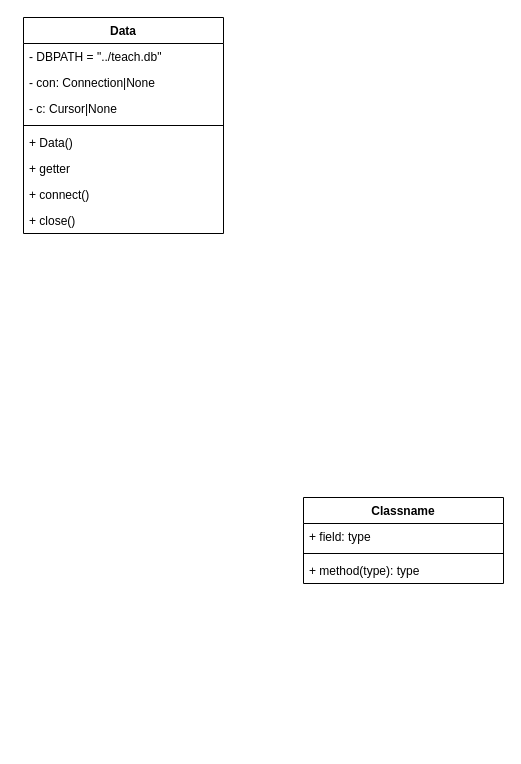
Above: drafts/database.drawio in elma1989/teach (draw.io), before the change. Source tidied: cells renumbered, new cells numbered last; positions are measured from the earlier drawing's top-left corner, leaving out a move shared by most shapes. Both pictures are drawn from the tidied source at 100%, with x=0, y=0 at pixel (23, 17).
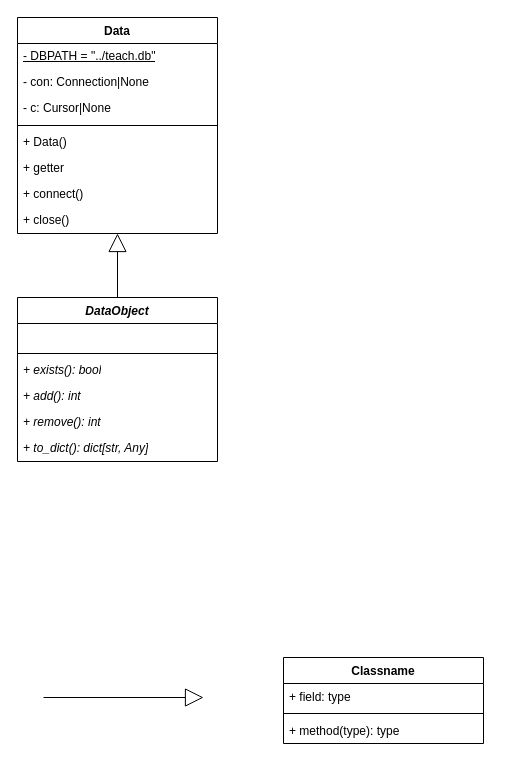
The same diagram, later.

What changed in the source:
```diff
@@
     <mxCell id="2" value="Classname" style="swimlane;fontStyle=1;align=center;verticalAlign=top;horizontal=1;startSize=26;whiteSpace=wrap;html=1;" parent="1" vertex="1">
-      <mxGeometry x="280" y="480" width="200" height="86" as="geometry" />
+      <mxGeometry x="260" y="640" width="200" height="86" as="geometry" />
     </mxCell>
@@
     <mxCell id="6" value="Data" style="swimlane;fontStyle=1;align=center;verticalAlign=top;horizontal=1;startSize=26;whiteSpace=wrap;html=1;" parent="1" vertex="1">
-      <mxGeometry width="200" height="216" as="geometry" />
+      <mxGeometry x="-6" width="200" height="216" as="geometry" />
     </mxCell>
-    <mxCell id="7" value="- DBPATH = &quot;../teach.db&quot;" style="text;strokeColor=none;fillColor=none;align=left;verticalAlign=top;spacingLeft=4;spacingRight=4;overflow=hidden;whiteSpace=wrap;html=1;" parent="6" vertex="1">
+    <mxCell id="7" value="- DBPATH = &quot;../teach.db&quot;" style="text;strokeColor=none;fillColor=none;align=left;verticalAlign=middle;spacingLeft=4;spacingRight=4;overflow=hidden;whiteSpace=wrap;html=1;fontStyle=4;" parent="6" vertex="1">
       <mxGeometry y="26" width="200" height="26" as="geometry" />
     </mxCell>
-    <mxCell id="8" value="- con: Connection|None" style="text;strokeColor=none;fillColor=none;align=left;verticalAlign=top;spacingLeft=4;spacingRight=4;overflow=hidden;whiteSpace=wrap;html=1;" parent="6" vertex="1">
+    <mxCell id="8" value="- con: Connection|None" style="text;strokeColor=none;fillColor=none;align=left;verticalAlign=middle;spacingLeft=4;spacingRight=4;overflow=hidden;whiteSpace=wrap;html=1;" parent="6" vertex="1">
       <mxGeometry y="52" width="200" height="26" as="geometry" />
     </mxCell>
-    <mxCell id="9" value="- c: Cursor|None" style="text;strokeColor=none;fillColor=none;align=left;verticalAlign=top;spacingLeft=4;spacingRight=4;overflow=hidden;whiteSpace=wrap;html=1;" parent="6" vertex="1">
+    <mxCell id="9" value="- c: Cursor|None" style="text;strokeColor=none;fillColor=none;align=left;verticalAlign=middle;spacingLeft=4;spacingRight=4;overflow=hidden;whiteSpace=wrap;html=1;" parent="6" vertex="1">
       <mxGeometry y="78" width="200" height="26" as="geometry" />
     </mxCell>
@@
-    <mxCell id="11" value="+ Data()" style="text;strokeColor=none;fillColor=none;align=left;verticalAlign=top;spacingLeft=4;spacingRight=4;overflow=hidden;whiteSpace=wrap;html=1;" parent="6" vertex="1">
+    <mxCell id="11" value="+ Data()" style="text;strokeColor=none;fillColor=none;align=left;verticalAlign=middle;spacingLeft=4;spacingRight=4;overflow=hidden;whiteSpace=wrap;html=1;" parent="6" vertex="1">
       <mxGeometry y="112" width="200" height="26" as="geometry" />
     </mxCell>
-    <mxCell id="12" value="+ getter" style="text;strokeColor=none;fillColor=none;align=left;verticalAlign=top;spacingLeft=4;spacingRight=4;overflow=hidden;whiteSpace=wrap;html=1;" parent="6" vertex="1">
+    <mxCell id="12" value="+ getter" style="text;strokeColor=none;fillColor=none;align=left;verticalAlign=middle;spacingLeft=4;spacingRight=4;overflow=hidden;whiteSpace=wrap;html=1;" parent="6" vertex="1">
       <mxGeometry y="138" width="200" height="26" as="geometry" />
     </mxCell>
-    <mxCell id="13" value="+ connect()" style="text;strokeColor=none;fillColor=none;align=left;verticalAlign=top;spacingLeft=4;spacingRight=4;overflow=hidden;whiteSpace=wrap;html=1;" parent="6" vertex="1">
+    <mxCell id="13" value="+ connect()" style="text;strokeColor=none;fillColor=none;align=left;verticalAlign=middle;spacingLeft=4;spacingRight=4;overflow=hidden;whiteSpace=wrap;html=1;" parent="6" vertex="1">
       <mxGeometry y="164" width="200" height="26" as="geometry" />
     </mxCell>
-    <mxCell id="14" value="+ close()" style="text;strokeColor=none;fillColor=none;align=left;verticalAlign=top;spacingLeft=4;spacingRight=4;overflow=hidden;whiteSpace=wrap;html=1;" parent="6" vertex="1">
+    <mxCell id="14" value="+ close()" style="text;strokeColor=none;fillColor=none;align=left;verticalAlign=middle;spacingLeft=4;spacingRight=4;overflow=hidden;whiteSpace=wrap;html=1;" parent="6" vertex="1">
       <mxGeometry y="190" width="200" height="26" as="geometry" />
     </mxCell>
+    <mxCell id="15" value="DataObject" style="swimlane;fontStyle=3;align=center;verticalAlign=top;horizontal=1;startSize=26;whiteSpace=wrap;html=1;" parent="1" vertex="1">
+      <mxGeometry x="-6" y="280" width="200" height="164" as="geometry" />
+    </mxCell>
+    <mxCell id="16" value="&amp;nbsp;" style="text;strokeColor=none;fillColor=none;align=left;verticalAlign=middle;spacingLeft=4;spacingRight=4;overflow=hidden;whiteSpace=wrap;html=1;" parent="15" vertex="1">
+      <mxGeometry y="26" width="200" height="26" as="geometry" />
+    </mxCell>
+    <mxCell id="17" style="line;strokeWidth=1;fillColor=none;align=left;verticalAlign=middle;spacingTop=-1;spacingLeft=3;spacingRight=3;labelPosition=right;strokeColor=inherit;" parent="15" vertex="1">
+      <mxGeometry y="52" width="200" height="8" as="geometry" />
+    </mxCell>
+    <mxCell id="18" value="+ exists(): bool" style="text;strokeColor=none;fillColor=none;align=left;verticalAlign=middle;spacingLeft=4;spacingRight=4;overflow=hidden;whiteSpace=wrap;html=1;fontStyle=2;" parent="15" vertex="1">
+      <mxGeometry y="60" width="200" height="26" as="geometry" />
+    </mxCell>
+    <mxCell id="19" value="+ add(): int" style="text;strokeColor=none;fillColor=none;align=left;verticalAlign=middle;spacingLeft=4;spacingRight=4;overflow=hidden;whiteSpace=wrap;html=1;fontStyle=2;" parent="15" vertex="1">
+      <mxGeometry y="86" width="200" height="26" as="geometry" />
+    </mxCell>
+    <mxCell id="20" value="+ remove(): int" style="text;strokeColor=none;fillColor=none;align=left;verticalAlign=middle;spacingLeft=4;spacingRight=4;overflow=hidden;whiteSpace=wrap;html=1;fontStyle=2;" parent="15" vertex="1">
+      <mxGeometry y="112" width="200" height="26" as="geometry" />
+    </mxCell>
+    <mxCell id="21" value="+ to_dict(): dict[str, Any]" style="text;strokeColor=none;fillColor=none;align=left;verticalAlign=middle;spacingLeft=4;spacingRight=4;overflow=hidden;whiteSpace=wrap;html=1;fontStyle=2;" parent="15" vertex="1">
+      <mxGeometry y="138" width="200" height="26" as="geometry" />
+    </mxCell>
+    <mxCell id="22" style="endArrow=block;endSize=16;endFill=0;html=1;rounded=0;" parent="1" edge="1">
+      <mxGeometry relative="1" as="geometry">
+        <mxPoint x="20" y="680" as="sourcePoint" />
+        <mxPoint x="180" y="680" as="targetPoint" />
+      </mxGeometry>
+    </mxCell>
+    <mxCell id="23" style="endArrow=block;endSize=16;endFill=0;html=1;rounded=0;" parent="1" edge="1" source="15" target="6">
+      <mxGeometry relative="1" as="geometry" />
+    </mxCell>
```
